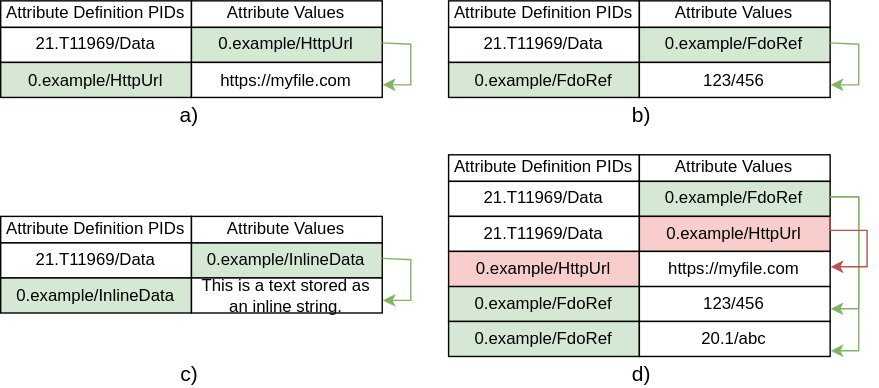
The draw.io diagram img/attribute-referencing-1.svg in bingert/fdo-architecture-spec, before a commit. Source tidied: cells renumbered, new cells last; positions are measured from the earlier drawing's top-left corner, leaving out a move shared by most shapes. The source it was exported from:
```xml
<mxGraphModel>
  <root>
    <mxCell id="0" />
    <mxCell id="1" parent="0" />
    <mxCell id="2" value="Attribute Definition PIDs" style="rounded=0;whiteSpace=wrap;html=1;" parent="1" vertex="1">
      <mxGeometry y="154" width="136.3" height="19" as="geometry" />
    </mxCell>
    <mxCell id="3" value="Attribute Values" style="rounded=0;whiteSpace=wrap;html=1;" parent="1" vertex="1">
      <mxGeometry x="136.3" y="154" width="136.3" height="19" as="geometry" />
    </mxCell>
    <mxCell id="4" value="21.T11969/Data" style="rounded=0;whiteSpace=wrap;html=1;fillColor=#FFFFFF;" parent="1" vertex="1">
      <mxGeometry y="173" width="136.3" height="25" as="geometry" />
    </mxCell>
    <mxCell id="5" value="0.example/InlineData" style="rounded=0;whiteSpace=wrap;html=1;fillColor=#D5E8D4;" parent="1" vertex="1">
      <mxGeometry x="136.3" y="173" width="136.3" height="25" as="geometry" />
    </mxCell>
    <mxCell id="6" value="0.example/InlineData" style="rounded=0;whiteSpace=wrap;html=1;fillColor=#D5E8D4;" parent="1" vertex="1">
      <mxGeometry y="198" width="136.3" height="25" as="geometry" />
    </mxCell>
    <mxCell id="7" value="This is a text stored as an inline string." style="rounded=0;whiteSpace=wrap;html=1;fillColor=#FFFFFF;" parent="1" vertex="1">
      <mxGeometry x="136.3" y="198" width="136.3" height="25" as="geometry" />
    </mxCell>
    <mxCell id="8" style="edgeStyle=orthogonalEdgeStyle;rounded=0;orthogonalLoop=1;jettySize=auto;html=1;exitX=1;exitY=0.5;exitDx=0;exitDy=0;fillColor=#d5e8d4;strokeColor=#82b366;" parent="1" edge="1">
      <mxGeometry relative="1" as="geometry">
        <mxPoint x="272.6" y="184" as="sourcePoint" />
        <mxPoint x="273" y="214" as="targetPoint" />
        <Array as="points">
          <mxPoint x="293" y="185" />
          <mxPoint x="293" y="214" />
        </Array>
      </mxGeometry>
    </mxCell>
    <mxCell id="9" value="Attribute Definition PIDs" style="rounded=0;whiteSpace=wrap;html=1;" parent="1" vertex="1">
      <mxGeometry width="136.3" height="19" as="geometry" />
    </mxCell>
    <mxCell id="10" value="Attribute Values" style="rounded=0;whiteSpace=wrap;html=1;" parent="1" vertex="1">
      <mxGeometry x="136.3" width="136.3" height="19" as="geometry" />
    </mxCell>
    <mxCell id="11" value="21.T11969/Data" style="rounded=0;whiteSpace=wrap;html=1;fillColor=#FFFFFF;" parent="1" vertex="1">
      <mxGeometry y="19" width="136.3" height="25" as="geometry" />
    </mxCell>
    <mxCell id="12" value="0.example/HttpUrl" style="rounded=0;whiteSpace=wrap;html=1;fillColor=#D5E8D4;" parent="1" vertex="1">
      <mxGeometry x="136.3" y="19" width="136.3" height="25" as="geometry" />
    </mxCell>
    <mxCell id="13" value="0.example/HttpUrl" style="rounded=0;whiteSpace=wrap;html=1;fillColor=#D5E8D4;" parent="1" vertex="1">
      <mxGeometry y="44" width="136.3" height="25" as="geometry" />
    </mxCell>
    <mxCell id="14" value="https://myfile.com" style="rounded=0;whiteSpace=wrap;html=1;fillColor=#FFFFFF;" parent="1" vertex="1">
      <mxGeometry x="136.3" y="44" width="136.3" height="25" as="geometry" />
    </mxCell>
    <mxCell id="15" style="edgeStyle=orthogonalEdgeStyle;rounded=0;orthogonalLoop=1;jettySize=auto;html=1;exitX=1;exitY=0.5;exitDx=0;exitDy=0;fillColor=#d5e8d4;strokeColor=#82b366;" parent="1" edge="1">
      <mxGeometry relative="1" as="geometry">
        <mxPoint x="272.6" y="30" as="sourcePoint" />
        <mxPoint x="273" y="60" as="targetPoint" />
        <Array as="points">
          <mxPoint x="293" y="31" />
          <mxPoint x="293" y="60" />
        </Array>
      </mxGeometry>
    </mxCell>
    <mxCell id="16" value="Attribute Definition PIDs" style="rounded=0;whiteSpace=wrap;html=1;" parent="1" vertex="1">
      <mxGeometry x="320" width="136.3" height="19" as="geometry" />
    </mxCell>
    <mxCell id="17" value="Attribute Values" style="rounded=0;whiteSpace=wrap;html=1;" parent="1" vertex="1">
      <mxGeometry x="456.3" width="136.3" height="19" as="geometry" />
    </mxCell>
    <mxCell id="18" value="21.T11969/Data" style="rounded=0;whiteSpace=wrap;html=1;fillColor=#FFFFFF;" parent="1" vertex="1">
      <mxGeometry x="320" y="19" width="136.3" height="25" as="geometry" />
    </mxCell>
    <mxCell id="19" value="0.example/FdoRef" style="rounded=0;whiteSpace=wrap;html=1;fillColor=#D5E8D4;" parent="1" vertex="1">
      <mxGeometry x="456.3" y="19" width="136.3" height="25" as="geometry" />
    </mxCell>
    <mxCell id="20" value="0.example/FdoRef" style="rounded=0;whiteSpace=wrap;html=1;fillColor=#D5E8D4;" parent="1" vertex="1">
      <mxGeometry x="320" y="44" width="136.3" height="25" as="geometry" />
    </mxCell>
    <mxCell id="21" value="123/456" style="rounded=0;whiteSpace=wrap;html=1;fillColor=#FFFFFF;" parent="1" vertex="1">
      <mxGeometry x="456.3" y="44" width="136.3" height="25" as="geometry" />
    </mxCell>
    <mxCell id="22" style="edgeStyle=orthogonalEdgeStyle;rounded=0;orthogonalLoop=1;jettySize=auto;html=1;exitX=1;exitY=0.5;exitDx=0;exitDy=0;fillColor=#d5e8d4;strokeColor=#82b366;" parent="1" edge="1">
      <mxGeometry relative="1" as="geometry">
        <mxPoint x="592.6" y="30" as="sourcePoint" />
        <mxPoint x="593" y="60" as="targetPoint" />
        <Array as="points">
          <mxPoint x="613" y="31" />
          <mxPoint x="613" y="60" />
        </Array>
      </mxGeometry>
    </mxCell>
    <mxCell id="23" value="Attribute Definition PIDs" style="rounded=0;whiteSpace=wrap;html=1;" parent="1" vertex="1">
      <mxGeometry x="320" y="110" width="136.3" height="19" as="geometry" />
    </mxCell>
    <mxCell id="24" value="Attribute Values" style="rounded=0;whiteSpace=wrap;html=1;" parent="1" vertex="1">
      <mxGeometry x="456.3" y="110" width="136.3" height="19" as="geometry" />
    </mxCell>
    <mxCell id="25" value="21.T11969/Data" style="rounded=0;whiteSpace=wrap;html=1;fillColor=#FFFFFF;" parent="1" vertex="1">
      <mxGeometry x="320" y="129" width="136.3" height="25" as="geometry" />
    </mxCell>
    <mxCell id="26" value="0.example/FdoRef" style="rounded=0;whiteSpace=wrap;html=1;fillColor=#D5E8D4;" parent="1" vertex="1">
      <mxGeometry x="456.3" y="129" width="136.3" height="25" as="geometry" />
    </mxCell>
    <mxCell id="27" value="0.example/FdoRef" style="rounded=0;whiteSpace=wrap;html=1;fillColor=#D5E8D4;" parent="1" vertex="1">
      <mxGeometry x="320" y="204" width="136.3" height="25" as="geometry" />
    </mxCell>
    <mxCell id="28" value="123/456" style="rounded=0;whiteSpace=wrap;html=1;fillColor=#FFFFFF;" parent="1" vertex="1">
      <mxGeometry x="456.3" y="204" width="136.3" height="25" as="geometry" />
    </mxCell>
    <mxCell id="29" value="21.T11969/Data" style="rounded=0;whiteSpace=wrap;html=1;fillColor=#FFFFFF;" parent="1" vertex="1">
      <mxGeometry x="320" y="154" width="136.3" height="25" as="geometry" />
    </mxCell>
    <mxCell id="30" value="0.example/FdoRef" style="rounded=0;whiteSpace=wrap;html=1;fillColor=#D5E8D4;" parent="1" vertex="1">
      <mxGeometry x="320" y="229.1" width="136.3" height="25" as="geometry" />
    </mxCell>
    <mxCell id="31" value="20.1/abc" style="rounded=0;whiteSpace=wrap;html=1;fillColor=#FFFFFF;" parent="1" vertex="1">
      <mxGeometry x="456.3" y="229.1" width="136.3" height="25" as="geometry" />
    </mxCell>
    <mxCell id="32" value="0.example/HttpUrl" style="rounded=0;whiteSpace=wrap;html=1;fillColor=#F8CECC;" parent="1" vertex="1">
      <mxGeometry x="456.3" y="154" width="136.3" height="25" as="geometry" />
    </mxCell>
    <mxCell id="33" value="0.example/HttpUrl" style="rounded=0;whiteSpace=wrap;html=1;fillColor=#F8CECC;" parent="1" vertex="1">
      <mxGeometry x="320" y="179" width="136.3" height="25" as="geometry" />
    </mxCell>
    <mxCell id="34" value="https://myfile.com" style="rounded=0;whiteSpace=wrap;html=1;fillColor=#FFFFFF;" parent="1" vertex="1">
      <mxGeometry x="456.3" y="179" width="136.3" height="25" as="geometry" />
    </mxCell>
    <mxCell id="35" style="edgeStyle=orthogonalEdgeStyle;rounded=0;orthogonalLoop=1;jettySize=auto;html=1;exitX=1;exitY=0.5;exitDx=0;exitDy=0;fillColor=#d5e8d4;strokeColor=#82b366;" parent="1" edge="1">
      <mxGeometry relative="1" as="geometry">
        <mxPoint x="592.6" y="140" as="sourcePoint" />
        <mxPoint x="593" y="220" as="targetPoint" />
        <Array as="points">
          <mxPoint x="613" y="140" />
          <mxPoint x="613" y="220" />
          <mxPoint x="593" y="220" />
        </Array>
      </mxGeometry>
    </mxCell>
    <mxCell id="36" style="edgeStyle=orthogonalEdgeStyle;rounded=0;orthogonalLoop=1;jettySize=auto;html=1;exitX=1;exitY=0.5;exitDx=0;exitDy=0;fillColor=#d5e8d4;strokeColor=#82b366;" parent="1" edge="1">
      <mxGeometry relative="1" as="geometry">
        <mxPoint x="592.6" y="140" as="sourcePoint" />
        <mxPoint x="593" y="250" as="targetPoint" />
        <Array as="points">
          <mxPoint x="613" y="140" />
          <mxPoint x="613" y="250" />
          <mxPoint x="593" y="250" />
        </Array>
      </mxGeometry>
    </mxCell>
    <mxCell id="37" style="edgeStyle=orthogonalEdgeStyle;rounded=0;orthogonalLoop=1;jettySize=auto;html=1;fillColor=#f8cecc;strokeColor=#b85450;" parent="1" edge="1">
      <mxGeometry relative="1" as="geometry">
        <mxPoint x="592.6" y="154" as="sourcePoint" />
        <mxPoint x="593" y="190" as="targetPoint" />
        <Array as="points">
          <mxPoint x="593" y="164" />
          <mxPoint x="619" y="164" />
          <mxPoint x="619" y="190" />
          <mxPoint x="593" y="190" />
        </Array>
      </mxGeometry>
    </mxCell>
    <mxCell id="38" value="&lt;font face=&quot;Helvetica&quot; style=&quot;font-size: 15px;&quot;&gt;a)&lt;/font&gt;" style="text;html=1;whiteSpace=wrap;strokeColor=none;fillColor=none;align=center;verticalAlign=middle;rounded=0;fontSize=20;fontFamily=Architects Daughter;fontSource=https%3A%2F%2Ffonts.googleapis.com%2Fcss%3Ffamily%3DArchitects%2BDaughter;" parent="1" vertex="1">
      <mxGeometry x="120" y="69" width="30" height="19" as="geometry" />
    </mxCell>
    <mxCell id="39" value="&lt;font face=&quot;Helvetica&quot; style=&quot;font-size: 15px;&quot;&gt;b)&lt;/font&gt;" style="text;html=1;whiteSpace=wrap;strokeColor=none;fillColor=none;align=center;verticalAlign=middle;rounded=0;fontSize=20;fontFamily=Architects Daughter;fontSource=https%3A%2F%2Ffonts.googleapis.com%2Fcss%3Ffamily%3DArchitects%2BDaughter;" parent="1" vertex="1">
      <mxGeometry x="443" y="69" width="30" height="19" as="geometry" />
    </mxCell>
    <mxCell id="40" value="&lt;font face=&quot;Helvetica&quot; style=&quot;font-size: 15px;&quot;&gt;c)&lt;/font&gt;" style="text;html=1;whiteSpace=wrap;strokeColor=none;fillColor=none;align=center;verticalAlign=middle;rounded=0;fontSize=20;fontFamily=Architects Daughter;fontSource=https%3A%2F%2Ffonts.googleapis.com%2Fcss%3Ffamily%3DArchitects%2BDaughter;" parent="1" vertex="1">
      <mxGeometry x="120" y="254.1" width="30" height="19" as="geometry" />
    </mxCell>
    <mxCell id="41" value="&lt;font face=&quot;Helvetica&quot; style=&quot;font-size: 15px;&quot;&gt;d)&lt;/font&gt;" style="text;html=1;whiteSpace=wrap;strokeColor=none;fillColor=none;align=center;verticalAlign=middle;rounded=0;fontSize=20;fontFamily=Architects Daughter;fontSource=https%3A%2F%2Ffonts.googleapis.com%2Fcss%3Ffamily%3DArchitects%2BDaughter;" parent="1" vertex="1">
      <mxGeometry x="443" y="254.1" width="30" height="19" as="geometry" />
    </mxCell>
  </root>
</mxGraphModel>
```
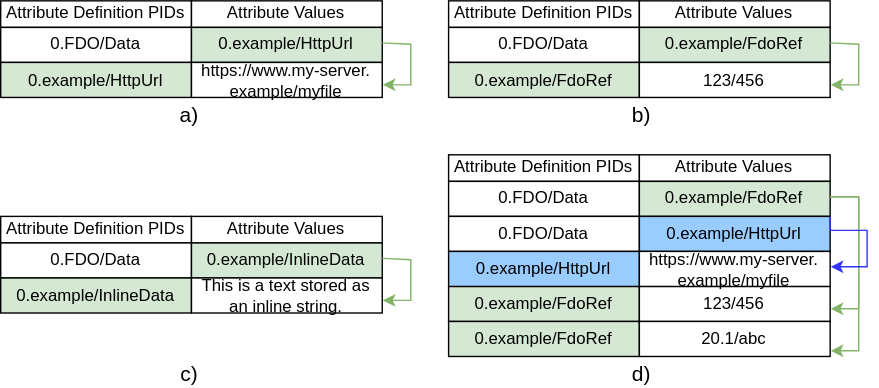
After the commit.

Commit message:
update attribute referencing section

Change to the diagram source:
```diff
@@ -8,7 +8,7 @@
     <mxCell id="3" value="Attribute Values" style="rounded=0;whiteSpace=wrap;html=1;" parent="1" vertex="1">
       <mxGeometry x="136.3" y="154" width="136.3" height="19" as="geometry" />
     </mxCell>
-    <mxCell id="4" value="21.T11969/Data" style="rounded=0;whiteSpace=wrap;html=1;fillColor=#FFFFFF;" parent="1" vertex="1">
+    <mxCell id="4" value="0.FDO/Data" style="rounded=0;whiteSpace=wrap;html=1;fillColor=#FFFFFF;" parent="1" vertex="1">
       <mxGeometry y="173" width="136.3" height="25" as="geometry" />
     </mxCell>
     <mxCell id="5" value="0.example/InlineData" style="rounded=0;whiteSpace=wrap;html=1;fillColor=#D5E8D4;" parent="1" vertex="1">
@@ -36,7 +36,7 @@
     <mxCell id="10" value="Attribute Values" style="rounded=0;whiteSpace=wrap;html=1;" parent="1" vertex="1">
       <mxGeometry x="136.3" width="136.3" height="19" as="geometry" />
     </mxCell>
-    <mxCell id="11" value="21.T11969/Data" style="rounded=0;whiteSpace=wrap;html=1;fillColor=#FFFFFF;" parent="1" vertex="1">
+    <mxCell id="11" value="0.FDO/Data" style="rounded=0;whiteSpace=wrap;html=1;fillColor=#FFFFFF;" parent="1" vertex="1">
       <mxGeometry y="19" width="136.3" height="25" as="geometry" />
     </mxCell>
     <mxCell id="12" value="0.example/HttpUrl" style="rounded=0;whiteSpace=wrap;html=1;fillColor=#D5E8D4;" parent="1" vertex="1">
@@ -45,7 +45,7 @@
     <mxCell id="13" value="0.example/HttpUrl" style="rounded=0;whiteSpace=wrap;html=1;fillColor=#D5E8D4;" parent="1" vertex="1">
       <mxGeometry y="44" width="136.3" height="25" as="geometry" />
     </mxCell>
-    <mxCell id="14" value="https://myfile.com" style="rounded=0;whiteSpace=wrap;html=1;fillColor=#FFFFFF;" parent="1" vertex="1">
+    <mxCell id="14" value="https://www.my-server. example/myfile" style="rounded=0;whiteSpace=wrap;html=1;fillColor=#FFFFFF;" parent="1" vertex="1">
       <mxGeometry x="136.3" y="44" width="136.3" height="25" as="geometry" />
     </mxCell>
     <mxCell id="15" style="edgeStyle=orthogonalEdgeStyle;rounded=0;orthogonalLoop=1;jettySize=auto;html=1;exitX=1;exitY=0.5;exitDx=0;exitDy=0;fillColor=#d5e8d4;strokeColor=#82b366;" parent="1" edge="1">
@@ -64,7 +64,7 @@
     <mxCell id="17" value="Attribute Values" style="rounded=0;whiteSpace=wrap;html=1;" parent="1" vertex="1">
       <mxGeometry x="456.3" width="136.3" height="19" as="geometry" />
     </mxCell>
-    <mxCell id="18" value="21.T11969/Data" style="rounded=0;whiteSpace=wrap;html=1;fillColor=#FFFFFF;" parent="1" vertex="1">
+    <mxCell id="18" value="0.FDO/Data" style="rounded=0;whiteSpace=wrap;html=1;fillColor=#FFFFFF;" parent="1" vertex="1">
       <mxGeometry x="320" y="19" width="136.3" height="25" as="geometry" />
     </mxCell>
     <mxCell id="19" value="0.example/FdoRef" style="rounded=0;whiteSpace=wrap;html=1;fillColor=#D5E8D4;" parent="1" vertex="1">
@@ -92,7 +92,7 @@
     <mxCell id="24" value="Attribute Values" style="rounded=0;whiteSpace=wrap;html=1;" parent="1" vertex="1">
       <mxGeometry x="456.3" y="110" width="136.3" height="19" as="geometry" />
     </mxCell>
-    <mxCell id="25" value="21.T11969/Data" style="rounded=0;whiteSpace=wrap;html=1;fillColor=#FFFFFF;" parent="1" vertex="1">
+    <mxCell id="25" value="0.FDO/Data" style="rounded=0;whiteSpace=wrap;html=1;fillColor=#FFFFFF;" parent="1" vertex="1">
       <mxGeometry x="320" y="129" width="136.3" height="25" as="geometry" />
     </mxCell>
     <mxCell id="26" value="0.example/FdoRef" style="rounded=0;whiteSpace=wrap;html=1;fillColor=#D5E8D4;" parent="1" vertex="1">
@@ -104,7 +104,7 @@
     <mxCell id="28" value="123/456" style="rounded=0;whiteSpace=wrap;html=1;fillColor=#FFFFFF;" parent="1" vertex="1">
       <mxGeometry x="456.3" y="204" width="136.3" height="25" as="geometry" />
     </mxCell>
-    <mxCell id="29" value="21.T11969/Data" style="rounded=0;whiteSpace=wrap;html=1;fillColor=#FFFFFF;" parent="1" vertex="1">
+    <mxCell id="29" value="0.FDO/Data" style="rounded=0;whiteSpace=wrap;html=1;fillColor=#FFFFFF;" parent="1" vertex="1">
       <mxGeometry x="320" y="154" width="136.3" height="25" as="geometry" />
     </mxCell>
     <mxCell id="30" value="0.example/FdoRef" style="rounded=0;whiteSpace=wrap;html=1;fillColor=#D5E8D4;" parent="1" vertex="1">
@@ -113,13 +113,13 @@
     <mxCell id="31" value="20.1/abc" style="rounded=0;whiteSpace=wrap;html=1;fillColor=#FFFFFF;" parent="1" vertex="1">
       <mxGeometry x="456.3" y="229.1" width="136.3" height="25" as="geometry" />
     </mxCell>
-    <mxCell id="32" value="0.example/HttpUrl" style="rounded=0;whiteSpace=wrap;html=1;fillColor=#F8CECC;" parent="1" vertex="1">
+    <mxCell id="32" value="0.example/HttpUrl" style="rounded=0;whiteSpace=wrap;html=1;fillColor=#99CCFF;" parent="1" vertex="1">
       <mxGeometry x="456.3" y="154" width="136.3" height="25" as="geometry" />
     </mxCell>
-    <mxCell id="33" value="0.example/HttpUrl" style="rounded=0;whiteSpace=wrap;html=1;fillColor=#F8CECC;" parent="1" vertex="1">
+    <mxCell id="33" value="0.example/HttpUrl" style="rounded=0;whiteSpace=wrap;html=1;fillColor=#99CCFF;" parent="1" vertex="1">
       <mxGeometry x="320" y="179" width="136.3" height="25" as="geometry" />
     </mxCell>
-    <mxCell id="34" value="https://myfile.com" style="rounded=0;whiteSpace=wrap;html=1;fillColor=#FFFFFF;" parent="1" vertex="1">
+    <mxCell id="34" value="https://www.my-server. example/myfile" style="rounded=0;whiteSpace=wrap;html=1;fillColor=#FFFFFF;" parent="1" vertex="1">
       <mxGeometry x="456.3" y="179" width="136.3" height="25" as="geometry" />
     </mxCell>
     <mxCell id="35" style="edgeStyle=orthogonalEdgeStyle;rounded=0;orthogonalLoop=1;jettySize=auto;html=1;exitX=1;exitY=0.5;exitDx=0;exitDy=0;fillColor=#d5e8d4;strokeColor=#82b366;" parent="1" edge="1">
@@ -144,7 +144,7 @@
         </Array>
       </mxGeometry>
     </mxCell>
-    <mxCell id="37" style="edgeStyle=orthogonalEdgeStyle;rounded=0;orthogonalLoop=1;jettySize=auto;html=1;fillColor=#f8cecc;strokeColor=#b85450;" parent="1" edge="1">
+    <mxCell id="37" style="edgeStyle=orthogonalEdgeStyle;rounded=0;orthogonalLoop=1;jettySize=auto;html=1;fillColor=#f8cecc;strokeColor=#3333FF;" parent="1" edge="1">
       <mxGeometry relative="1" as="geometry">
         <mxPoint x="592.6" y="154" as="sourcePoint" />
         <mxPoint x="593" y="190" as="targetPoint" />
```
